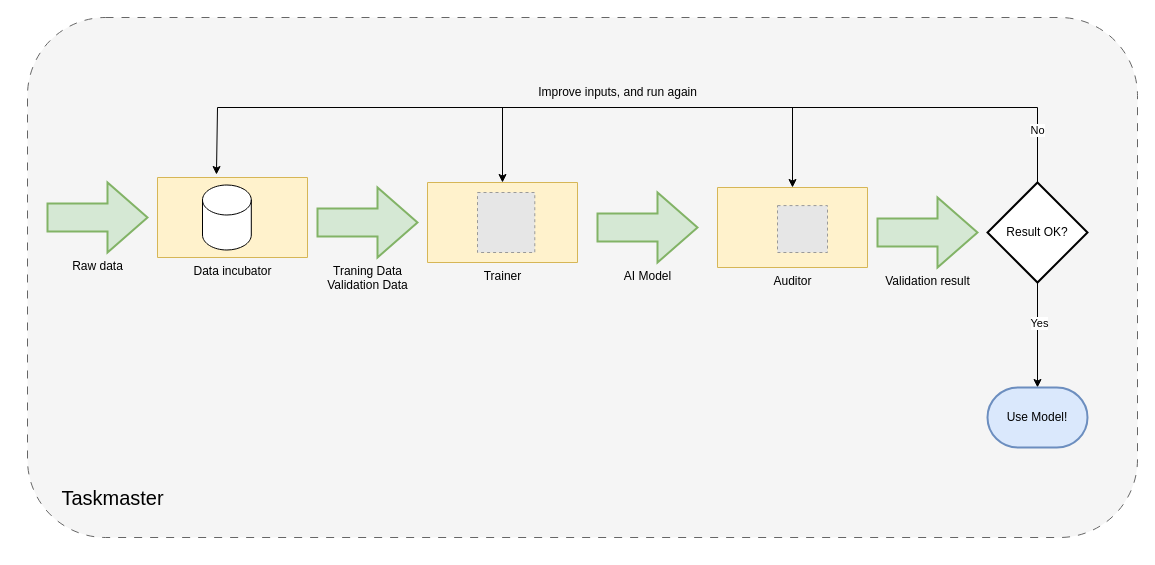
This is doc/bitpump.drawio from patrykmot/bitpump_5, a draw.io file, before an edit. Source tidied: cells renumbered, new cells numbered last; positions are measured from the earlier drawing's top-left corner, leaving out a move shared by most shapes. Both pictures are drawn from the tidied source at 100%, with x=0, y=0 at pixel (27, 17). Pictures stored in the file or linked from it are replaced by grey dashed boxes.
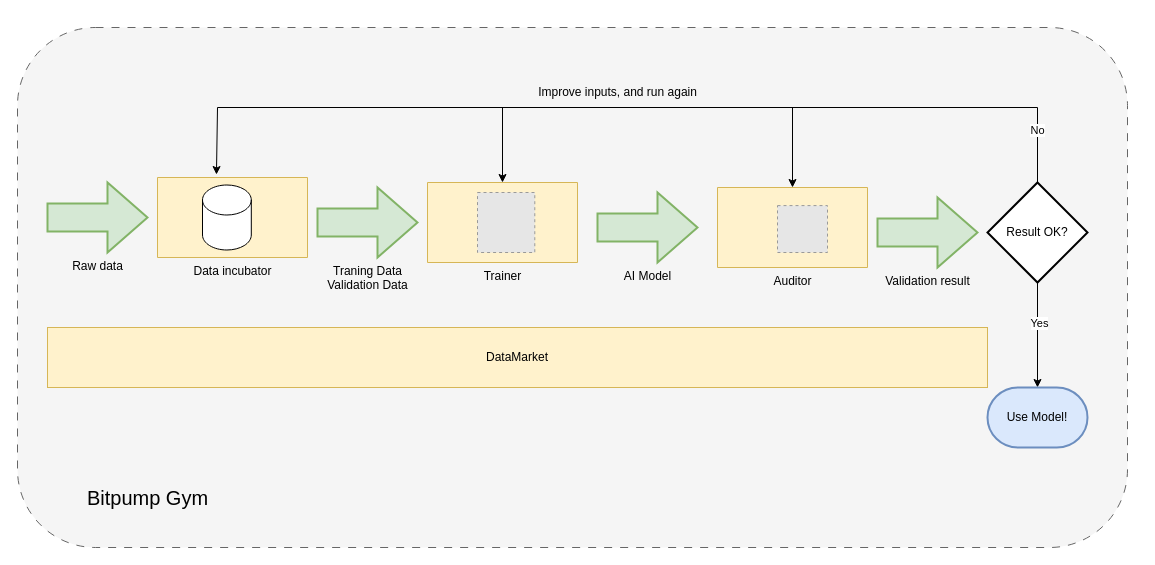
After the change.

Diff of the diagram source:
```diff
@@
     <mxCell id="2" style="rounded=1;whiteSpace=wrap;html=1;fillColor=#f5f5f5;fontColor=#333333;strokeColor=#666666;dashed=1;dashPattern=8 8;" parent="1" vertex="1">
-      <mxGeometry width="1110" height="520" as="geometry" />
+      <mxGeometry x="-10" y="10" width="1110" height="520" as="geometry" />
     </mxCell>
@@
-    <mxCell id="22" value="&lt;font style=&quot;font-size: 20px;&quot;&gt;Taskmaster&lt;/font&gt;" style="text;html=1;align=center;verticalAlign=middle;strokeColor=none;fillColor=none;" parent="1" vertex="1">
-      <mxGeometry x="20" y="460" width="130" height="40" as="geometry" />
+    <mxCell id="22" value="&lt;font style=&quot;font-size: 20px;&quot;&gt;Bitpump Gym&lt;/font&gt;" style="text;html=1;align=center;verticalAlign=middle;strokeColor=none;fillColor=none;" parent="1" vertex="1">
+      <mxGeometry x="50" y="460" width="140" height="40" as="geometry" />
     </mxCell>
+    <mxCell id="23" value="DataMarket" style="rounded=0;whiteSpace=wrap;html=1;fillColor=#fff2cc;strokeColor=#d6b656;" parent="1" vertex="1">
+      <mxGeometry x="20" y="310" width="940" height="60" as="geometry" />
+    </mxCell>
```
